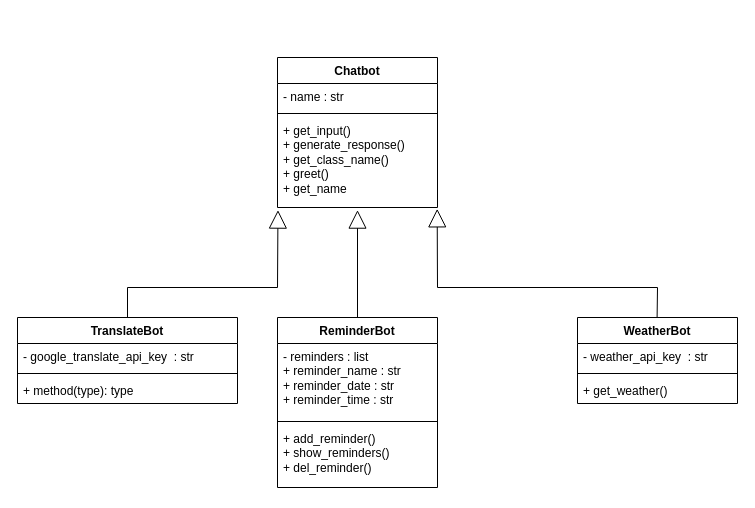
This is umldiagram.drawio from barisparlakk/omniabotv2, a draw.io file, before an edit. Source tidied: cells renumbered, new cells numbered last; positions are measured from the earlier drawing's top-left corner, leaving out a move shared by most shapes. Both pictures are drawn from the tidied source at 100%, with x=0, y=0 at pixel (17, 57).
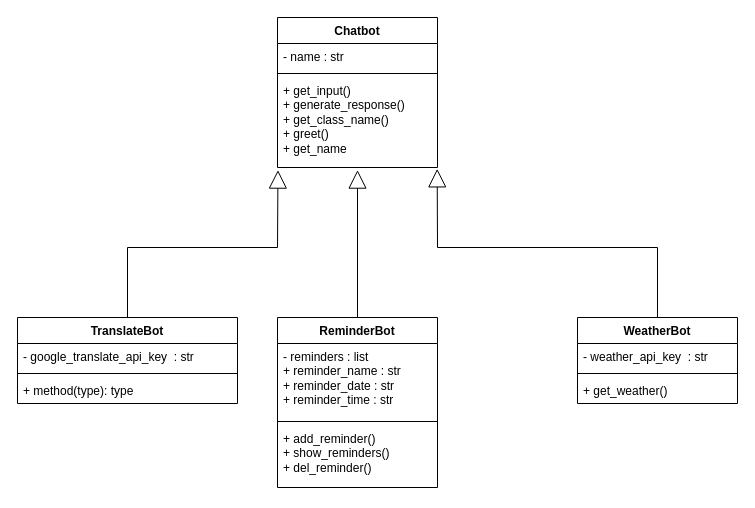
After the change.

Unchanged cells that the change refers to:
```xml
<mxCell id="5" value="&lt;div&gt;+ get_input()&lt;/div&gt;&lt;div&gt;+ generate_response()&lt;/div&gt;&lt;div&gt;+ get_class_name()&lt;/div&gt;&lt;div&gt;+ greet()&lt;/div&gt;&lt;div&gt;+ get_name&lt;/div&gt;" style="text;strokeColor=none;fillColor=none;align=left;verticalAlign=top;spacingLeft=4;spacingRight=4;overflow=hidden;points=[[0,0.5],[1,0.5]];portConstraint=eastwest;whiteSpace=wrap;html=1;" parent="2" vertex="1">
  <mxGeometry y="60" width="160" height="90" as="geometry" />
</mxCell>
<mxCell id="6" value="WeatherBot" style="swimlane;fontStyle=1;align=center;verticalAlign=top;horizontal=1;startSize=26;whiteSpace=wrap;html=1;" parent="1" vertex="1">
  <mxGeometry x="560" y="260" width="160" height="86" as="geometry" />
</mxCell>
<mxCell id="14" value="TranslateBot" style="swimlane;fontStyle=1;align=center;verticalAlign=top;horizontal=1;startSize=26;whiteSpace=wrap;html=1;" parent="1" vertex="1">
  <mxGeometry y="260" width="220" height="86" as="geometry" />
</mxCell>
```

The edit, as a diff of the source:
```diff
@@
     <mxCell id="2" value="Chatbot" style="swimlane;fontStyle=1;align=center;verticalAlign=top;horizontal=1;startSize=26;whiteSpace=wrap;html=1;" parent="1" vertex="1">
-      <mxGeometry x="260" width="160" height="150" as="geometry" />
+      <mxGeometry x="260" y="-40" width="160" height="150" as="geometry" />
     </mxCell>
@@
     <mxCell id="19" style="endArrow=block;endSize=16;endFill=0;html=1;rounded=0;exitX=0.5;exitY=0;exitDx=0;exitDy=0;entryX=0.003;entryY=1.029;entryDx=0;entryDy=0;entryPerimeter=0;" parent="1" edge="1" source="14" target="5">
       <mxGeometry relative="1" as="geometry">
         <Array as="points">
-          <mxPoint x="110" y="230" />
-          <mxPoint x="260" y="230" />
+          <mxPoint x="110" y="190" />
+          <mxPoint x="260" y="190" />
         </Array>
       </mxGeometry>
     </mxCell>
-    <mxCell id="20" style="endArrow=block;endSize=16;endFill=0;html=1;rounded=0;exitX=0.5;exitY=0;exitDx=0;exitDy=0;entryX=0.998;entryY=1.015;entryDx=0;entryDy=0;entryPerimeter=0;" parent="1" edge="1" target="5">
+    <mxCell id="20" style="endArrow=block;endSize=16;endFill=0;html=1;rounded=0;exitX=0.5;exitY=0;exitDx=0;exitDy=0;entryX=0.998;entryY=1.015;entryDx=0;entryDy=0;entryPerimeter=0;" parent="1" edge="1" source="6" target="5">
       <mxGeometry relative="1" as="geometry">
-        <mxPoint x="639.6" y="260" as="sourcePoint" />
         <Array as="points">
-          <mxPoint x="640" y="230" />
-          <mxPoint x="420" y="230" />
+          <mxPoint x="640" y="190" />
+          <mxPoint x="420" y="190" />
         </Array>
       </mxGeometry>
     </mxCell>
```
